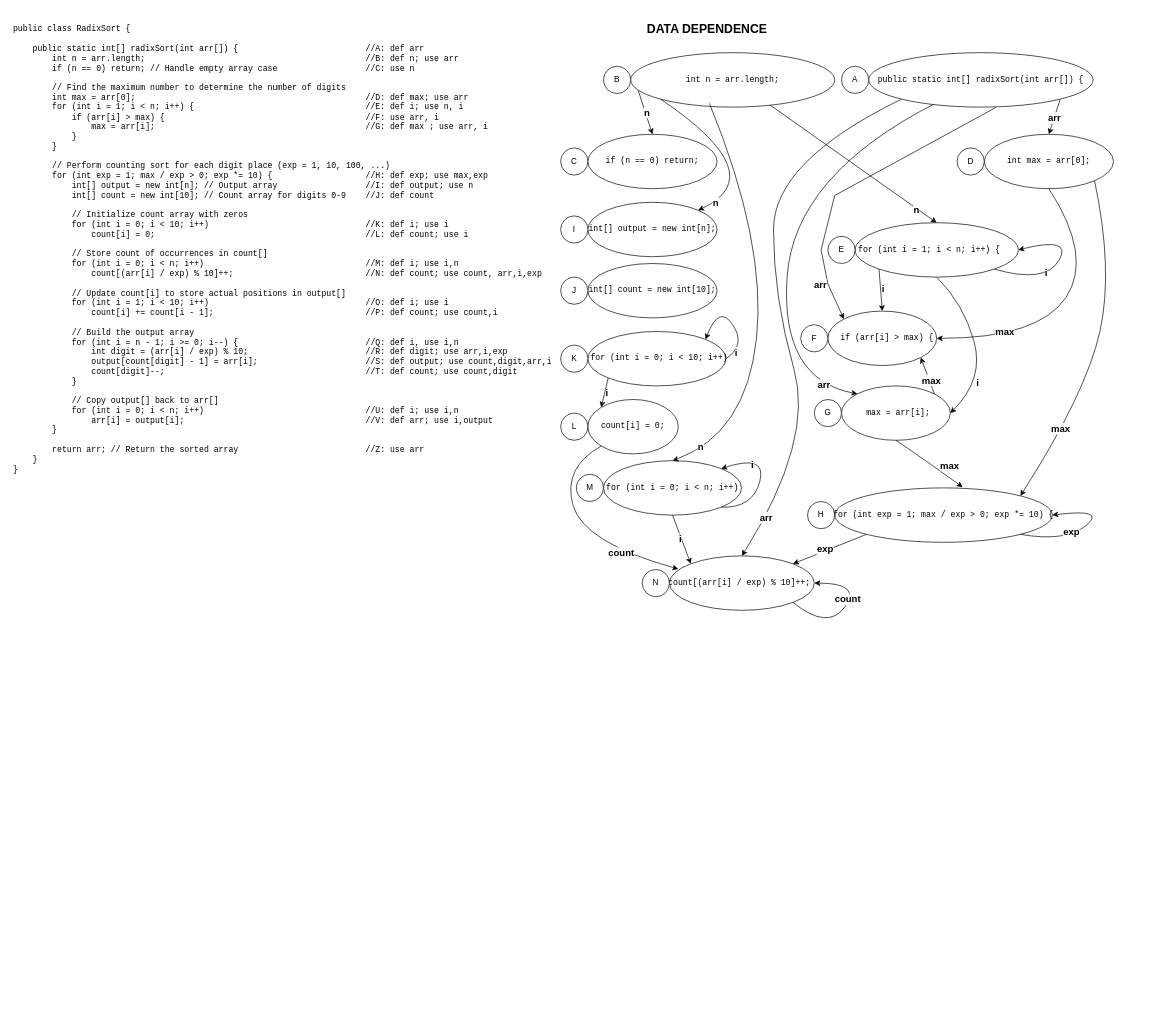
Above: W5.A3.drawio in Barbera9/mixed (draw.io), before the change. Source tidied: cells renumbered, new cells numbered last; positions are measured from the earlier drawing's top-left corner, leaving out a move shared by most shapes. Both pictures are drawn from the tidied source at 68%, with x=0, y=0 at pixel (12, 12).
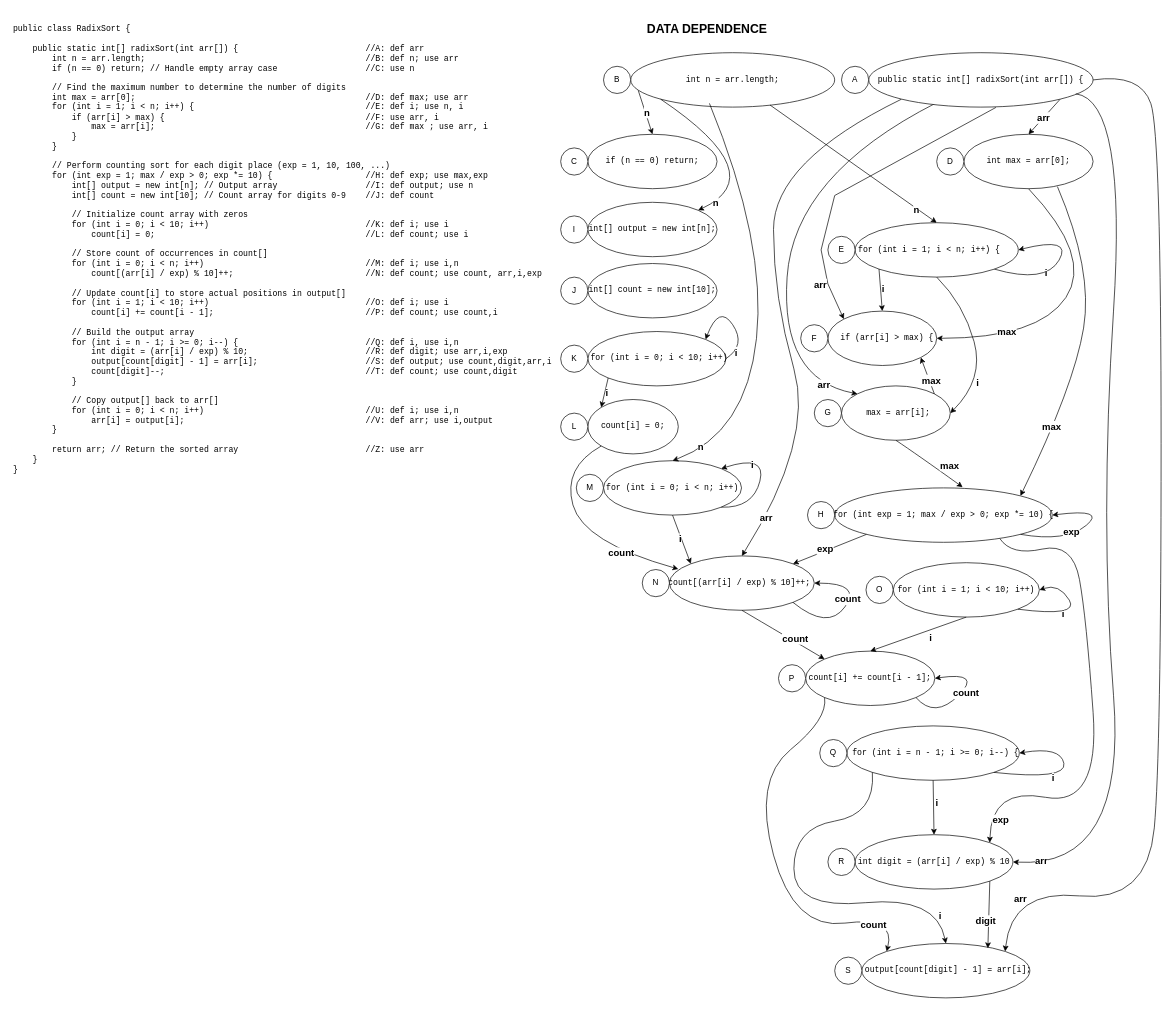
After the change.

The change refers to these unchanged cells:
```xml
<mxCell id="36" value="&lt;pre id=&quot;yui_3_18_1_1_1743842538325_100&quot;&gt;&lt;code class=&quot;language-java&quot;&gt;for (int exp = 1; max / exp &amp;gt; 0; exp *= 10) {&lt;/code&gt;&lt;/pre&gt;" style="ellipse;whiteSpace=wrap;html=1;" parent="1" vertex="1">
  <mxGeometry x="1210" y="700" width="320" height="80" as="geometry" />
</mxCell>
<mxCell id="62" value="&lt;pre id=&quot;yui_3_18_1_1_1743842538325_100&quot;&gt;&lt;code class=&quot;language-java&quot;&gt; count[(arr[i] / exp) % 10]++;&lt;span style=&quot;white-space: pre;&quot;&gt;&#9;&lt;/span&gt;&lt;/code&gt;&lt;/pre&gt;" style="ellipse;whiteSpace=wrap;html=1;" parent="1" vertex="1">
  <mxGeometry x="967" y="800" width="213" height="80" as="geometry" />
</mxCell>
<mxCell id="70" value="&lt;pre id=&quot;yui_3_18_1_1_1743842538325_100&quot;&gt;&lt;code class=&quot;language-java&quot;&gt;public static int[] radixSort(int arr[]) {&lt;/code&gt;&lt;/pre&gt;" style="ellipse;whiteSpace=wrap;html=1;" parent="1" vertex="1">
  <mxGeometry x="1260" y="60" width="330" height="80" as="geometry" />
</mxCell>
```

Diff of the diagram source:
```diff
@@
     <mxCell id="10" value="&lt;pre id=&quot;yui_3_18_1_1_1743842538325_100&quot;&gt;&lt;code class=&quot;language-java&quot;&gt;int max = arr[0];&lt;/code&gt;&lt;/pre&gt;" style="ellipse;whiteSpace=wrap;html=1;" parent="1" vertex="1">
-      <mxGeometry x="1430" y="180" width="190" height="80" as="geometry" />
+      <mxGeometry x="1400" y="180" width="190" height="80" as="geometry" />
     </mxCell>
     <mxCell id="11" value="D" style="ellipse;whiteSpace=wrap;html=1;" parent="1" vertex="1">
-      <mxGeometry x="1390" y="200" width="40" height="40" as="geometry" />
+      <mxGeometry x="1360" y="200" width="40" height="40" as="geometry" />
     </mxCell>
@@
-    <mxCell id="58" style="curved=1;endArrow=classic;html=1;rounded=0;exitX=1;exitY=1;exitDx=0;exitDy=0;entryX=1;entryY=0;entryDx=0;entryDy=0;" parent="1" edge="1" source="10" target="36">
+    <mxCell id="58" style="curved=1;endArrow=classic;html=1;rounded=0;exitX=0.724;exitY=0.962;exitDx=0;exitDy=0;entryX=1;entryY=0;entryDx=0;entryDy=0;exitPerimeter=0;" parent="1" edge="1" source="10" target="36">
       <mxGeometry relative="1" as="geometry">
         <Array as="points">
-          <mxPoint x="1620" y="380" />
-          <mxPoint x="1580" y="560" />
+          <mxPoint x="1590" y="380" />
+          <mxPoint x="1562" y="550" />
         </Array>
       </mxGeometry>
     </mxCell>
@@
+    <mxCell id="78" value="&lt;pre id=&quot;yui_3_18_1_1_1743842538325_100&quot;&gt;&lt;code class=&quot;language-java&quot;&gt;for (int i = 1; i &amp;lt; 10; i++)&lt;/code&gt;&lt;/pre&gt;" style="ellipse;whiteSpace=wrap;html=1;" parent="1" vertex="1">
+      <mxGeometry x="1296" y="810" width="215" height="80" as="geometry" />
+    </mxCell>
+    <mxCell id="79" value="O" style="ellipse;whiteSpace=wrap;html=1;" parent="1" vertex="1">
+      <mxGeometry x="1256" y="830" width="40" height="40" as="geometry" />
+    </mxCell>
+    <mxCell id="80" style="curved=1;endArrow=classic;html=1;rounded=0;exitX=1;exitY=1;exitDx=0;exitDy=0;entryX=1;entryY=0.5;entryDx=0;entryDy=0;" parent="1" edge="1" source="78" target="78">
+      <mxGeometry relative="1" as="geometry">
+        <Array as="points">
+          <mxPoint x="1570" y="890" />
+          <mxPoint x="1540" y="840" />
+        </Array>
+      </mxGeometry>
+    </mxCell>
+    <mxCell id="81" value="&lt;b&gt;&lt;font style=&quot;font-size: 14px;&quot;&gt;i&lt;/font&gt;&lt;/b&gt;" style="edgeLabel;html=1;align=center;verticalAlign=middle;" parent="80" vertex="1">
+      <mxGeometry x="-0.27" y="2" relative="1" as="geometry" />
+    </mxCell>
+    <mxCell id="82" value="&lt;pre id=&quot;yui_3_18_1_1_1743842538325_100&quot;&gt;&lt;code class=&quot;language-java&quot;&gt;count[i] += count[i - 1];&lt;/code&gt;&lt;/pre&gt;" style="ellipse;whiteSpace=wrap;html=1;" parent="1" vertex="1">
+      <mxGeometry x="1167.3" y="940" width="190" height="80" as="geometry" />
+    </mxCell>
+    <mxCell id="83" value="P" style="ellipse;whiteSpace=wrap;html=1;" parent="1" vertex="1">
+      <mxGeometry x="1127.3" y="960" width="40" height="40" as="geometry" />
+    </mxCell>
+    <mxCell id="84" style="endArrow=classic;html=1;rounded=0;exitX=0.5;exitY=1;exitDx=0;exitDy=0;entryX=0.5;entryY=0;entryDx=0;entryDy=0;" parent="1" edge="1" source="78" target="82">
+      <mxGeometry relative="1" as="geometry" />
+    </mxCell>
+    <mxCell id="85" value="&lt;b&gt;&lt;font style=&quot;font-size: 14px;&quot;&gt;i&lt;/font&gt;&lt;/b&gt;" style="edgeLabel;html=1;align=center;verticalAlign=middle;" parent="84" vertex="1">
+      <mxGeometry x="-0.16" y="-1" relative="1" as="geometry">
+        <mxPoint x="7" y="9" as="offset" />
+      </mxGeometry>
+    </mxCell>
+    <mxCell id="86" style="curved=1;endArrow=classic;html=1;rounded=0;exitX=0.5;exitY=1;exitDx=0;exitDy=0;entryX=0;entryY=0;entryDx=0;entryDy=0;" parent="1" edge="1" source="62" target="82">
+      <mxGeometry relative="1" as="geometry" />
+    </mxCell>
+    <mxCell id="87" value="&lt;b&gt;&lt;font style=&quot;font-size: 14px;&quot;&gt;count&lt;/font&gt;&lt;/b&gt;" style="edgeLabel;html=1;align=center;verticalAlign=middle;" parent="86" vertex="1">
+      <mxGeometry x="0.25" y="5" relative="1" as="geometry">
+        <mxPoint y="1" as="offset" />
+      </mxGeometry>
+    </mxCell>
+    <mxCell id="88" style="curved=1;endArrow=classic;html=1;rounded=0;exitX=1;exitY=1;exitDx=0;exitDy=0;entryX=1;entryY=0.5;entryDx=0;entryDy=0;" parent="1" edge="1" source="82" target="82">
+      <mxGeometry relative="1" as="geometry">
+        <Array as="points">
+          <mxPoint x="1357.3" y="1040" />
+          <mxPoint x="1427.3" y="970" />
+        </Array>
+      </mxGeometry>
+    </mxCell>
+    <mxCell id="89" value="&lt;b&gt;&lt;font style=&quot;font-size: 14px;&quot;&gt;count&lt;/font&gt;&lt;/b&gt;" style="edgeLabel;html=1;align=center;verticalAlign=middle;" parent="88" vertex="1">
+      <mxGeometry x="-0.06" y="-4" relative="1" as="geometry">
+        <mxPoint x="1" as="offset" />
+      </mxGeometry>
+    </mxCell>
+    <mxCell id="90" value="&lt;pre id=&quot;yui_3_18_1_1_1743842538325_100&quot;&gt;&lt;code class=&quot;language-java&quot;&gt; for (int i = n - 1; i &amp;gt;= 0; i--) {&lt;/code&gt;&lt;/pre&gt;" style="ellipse;whiteSpace=wrap;html=1;" parent="1" vertex="1">
+      <mxGeometry x="1228" y="1050" width="253.5" height="80" as="geometry" />
+    </mxCell>
+    <mxCell id="91" value="Q" style="ellipse;whiteSpace=wrap;html=1;" parent="1" vertex="1">
+      <mxGeometry x="1188" y="1070" width="40" height="40" as="geometry" />
+    </mxCell>
+    <mxCell id="92" style="curved=1;endArrow=classic;html=1;rounded=0;exitX=1;exitY=1;exitDx=0;exitDy=0;entryX=1;entryY=0.5;entryDx=0;entryDy=0;" parent="1" edge="1" source="90" target="90">
+      <mxGeometry relative="1" as="geometry">
+        <Array as="points">
+          <mxPoint x="1552" y="1130" />
+          <mxPoint x="1542" y="1080" />
+        </Array>
+      </mxGeometry>
+    </mxCell>
+    <mxCell id="93" value="&lt;b&gt;&lt;font style=&quot;font-size: 14px;&quot;&gt;i&lt;/font&gt;&lt;/b&gt;" style="edgeLabel;html=1;align=center;verticalAlign=middle;" parent="92" vertex="1">
+      <mxGeometry x="-0.21" y="2" relative="1" as="geometry">
+        <mxPoint y="1" as="offset" />
+      </mxGeometry>
+    </mxCell>
+    <mxCell id="94" value="&lt;pre id=&quot;yui_3_18_1_1_1743842538325_100&quot;&gt;&lt;code class=&quot;language-java&quot;&gt;int digit = (arr[i] / exp) % 10&lt;/code&gt;&lt;/pre&gt;" style="ellipse;whiteSpace=wrap;html=1;" parent="1" vertex="1">
+      <mxGeometry x="1240" y="1210" width="232.1" height="80" as="geometry" />
+    </mxCell>
+    <mxCell id="95" value="R" style="ellipse;whiteSpace=wrap;html=1;" parent="1" vertex="1">
+      <mxGeometry x="1200" y="1230" width="40" height="40" as="geometry" />
+    </mxCell>
+    <mxCell id="96" style="endArrow=classic;html=1;rounded=0;exitX=0.5;exitY=1;exitDx=0;exitDy=0;entryX=0.5;entryY=0;entryDx=0;entryDy=0;" parent="1" edge="1" source="90" target="94">
+      <mxGeometry relative="1" as="geometry" />
+    </mxCell>
+    <mxCell id="97" value="&lt;b&gt;&lt;font style=&quot;font-size: 14px;&quot;&gt;i&lt;/font&gt;&lt;/b&gt;" style="edgeLabel;html=1;align=center;verticalAlign=middle;" parent="96" vertex="1">
+      <mxGeometry x="-0.15" y="4" relative="1" as="geometry" />
+    </mxCell>
+    <mxCell id="98" style="curved=1;endArrow=classic;html=1;rounded=0;entryX=1;entryY=0.5;entryDx=0;entryDy=0;exitX=0.923;exitY=0.756;exitDx=0;exitDy=0;exitPerimeter=0;" parent="1" edge="1" source="70" target="94">
+      <mxGeometry relative="1" as="geometry">
+        <Array as="points">
+          <mxPoint x="1640" y="130" />
+          <mxPoint x="1600" y="750" />
+          <mxPoint x="1640" y="1260" />
+        </Array>
+      </mxGeometry>
+    </mxCell>
+    <mxCell id="99" value="&lt;b&gt;&lt;font style=&quot;font-size: 14px;&quot;&gt;arr&lt;/font&gt;&lt;/b&gt;" style="edgeLabel;html=1;align=center;verticalAlign=middle;" parent="98" vertex="1">
+      <mxGeometry x="0.94" y="-5" relative="1" as="geometry" />
+    </mxCell>
+    <mxCell id="100" style="curved=1;endArrow=classic;html=1;rounded=0;exitX=0.759;exitY=0.932;exitDx=0;exitDy=0;exitPerimeter=0;entryX=1;entryY=0;entryDx=0;entryDy=0;" parent="1" edge="1" source="36" target="94">
+      <mxGeometry relative="1" as="geometry">
+        <Array as="points">
+          <mxPoint x="1470" y="800" />
+          <mxPoint x="1560" y="780" />
+          <mxPoint x="1580" y="890" />
+          <mxPoint x="1600" y="1170" />
+          <mxPoint x="1440" y="1140" />
+        </Array>
+      </mxGeometry>
+    </mxCell>
+    <mxCell id="101" value="&lt;b&gt;&lt;font style=&quot;font-size: 14px;&quot;&gt;exp&lt;/font&gt;&lt;/b&gt;" style="edgeLabel;html=1;align=center;verticalAlign=middle;" parent="100" vertex="1">
+      <mxGeometry x="0.55" y="-24" relative="1" as="geometry">
+        <mxPoint x="-79" y="56" as="offset" />
+      </mxGeometry>
+    </mxCell>
+    <mxCell id="102" value="&lt;pre id=&quot;yui_3_18_1_1_1743842538325_100&quot;&gt;&lt;code class=&quot;language-java&quot;&gt; output[count[digit] - 1] = arr[i];&lt;/code&gt;&lt;/pre&gt;" style="ellipse;whiteSpace=wrap;html=1;" parent="1" vertex="1">
+      <mxGeometry x="1250" y="1370" width="247" height="80" as="geometry" />
+    </mxCell>
+    <mxCell id="103" value="S" style="ellipse;whiteSpace=wrap;html=1;" parent="1" vertex="1">
+      <mxGeometry x="1210" y="1390" width="40" height="40" as="geometry" />
+    </mxCell>
+    <mxCell id="104" style="curved=1;endArrow=classic;html=1;rounded=0;exitX=0;exitY=1;exitDx=0;exitDy=0;entryX=0.5;entryY=0;entryDx=0;entryDy=0;" parent="1" edge="1" source="90" target="102">
+      <mxGeometry relative="1" as="geometry">
+        <Array as="points">
+          <mxPoint x="1270" y="1180" />
+          <mxPoint x="1150" y="1200" />
+          <mxPoint x="1150" y="1320" />
+          <mxPoint x="1360" y="1300" />
+        </Array>
+      </mxGeometry>
+    </mxCell>
+    <mxCell id="105" value="&lt;b&gt;&lt;font style=&quot;font-size: 14px;&quot;&gt;i&lt;/font&gt;&lt;/b&gt;" style="edgeLabel;html=1;align=center;verticalAlign=middle;" parent="104" vertex="1">
+      <mxGeometry x="0.81" y="6" relative="1" as="geometry">
+        <mxPoint x="-4" y="14" as="offset" />
+      </mxGeometry>
+    </mxCell>
+    <mxCell id="106" style="curved=1;endArrow=classic;html=1;rounded=0;exitX=1;exitY=0.5;exitDx=0;exitDy=0;entryX=1;entryY=0;entryDx=0;entryDy=0;" parent="1" edge="1" source="70" target="102">
+      <mxGeometry relative="1" as="geometry">
+        <Array as="points">
+          <mxPoint x="1660" y="90" />
+          <mxPoint x="1690" y="180" />
+          <mxPoint x="1690" y="1090" />
+          <mxPoint x="1670" y="1310" />
+          <mxPoint x="1470" y="1290" />
+        </Array>
+      </mxGeometry>
+    </mxCell>
+    <mxCell id="107" value="&lt;b&gt;&lt;font style=&quot;font-size: 14px;&quot;&gt;arr&lt;/font&gt;&lt;/b&gt;" style="edgeLabel;html=1;align=center;verticalAlign=middle;" parent="106" vertex="1">
+      <mxGeometry x="0.9" y="14" relative="1" as="geometry" />
+    </mxCell>
+    <mxCell id="108" style="curved=1;endArrow=classic;html=1;rounded=0;exitX=0;exitY=1;exitDx=0;exitDy=0;entryX=0;entryY=0;entryDx=0;entryDy=0;" parent="1" edge="1" source="82" target="102">
+      <mxGeometry relative="1" as="geometry">
+        <Array as="points">
+          <mxPoint x="1200" y="1040" />
+          <mxPoint x="1090" y="1130" />
+          <mxPoint x="1150" y="1350" />
+          <mxPoint x="1300" y="1330" />
+        </Array>
+      </mxGeometry>
+    </mxCell>
+    <mxCell id="109" value="&lt;b&gt;&lt;font style=&quot;font-size: 14px;&quot;&gt;count&lt;/font&gt;&lt;/b&gt;" style="edgeLabel;html=1;align=center;verticalAlign=middle;" parent="108" vertex="1">
+      <mxGeometry x="0.71" y="-9" relative="1" as="geometry">
+        <mxPoint y="-1" as="offset" />
+      </mxGeometry>
+    </mxCell>
+    <mxCell id="110" style="endArrow=classic;html=1;rounded=0;exitX=1;exitY=1;exitDx=0;exitDy=0;entryX=0.75;entryY=0.087;entryDx=0;entryDy=0;entryPerimeter=0;" parent="1" edge="1" source="94" target="102">
+      <mxGeometry relative="1" as="geometry" />
+    </mxCell>
+    <mxCell id="111" value="&lt;b&gt;&lt;font style=&quot;font-size: 14px;&quot;&gt;digit&lt;/font&gt;&lt;/b&gt;" style="edgeLabel;html=1;align=center;verticalAlign=middle;" parent="110" vertex="1">
+      <mxGeometry x="0.17" y="-5" relative="1" as="geometry" />
+    </mxCell>
```
